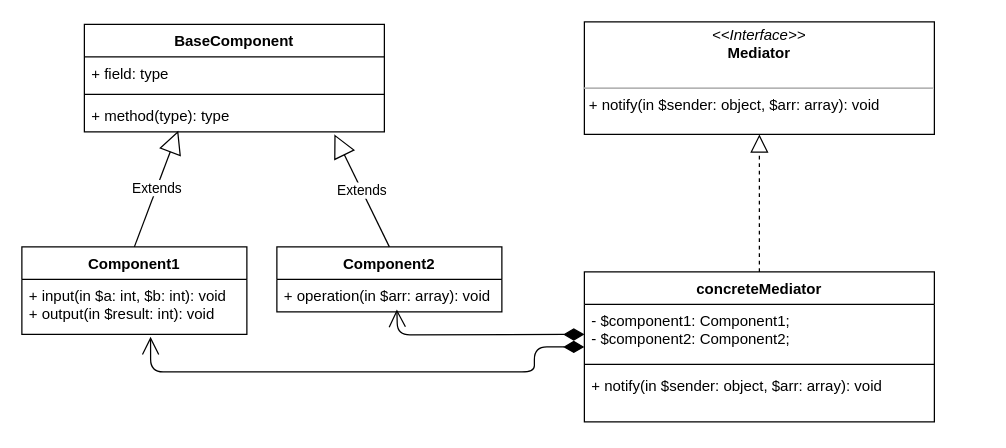
Earlier version of the draw.io diagram Mediator.drawio (artemmm312/Behavioral-patterns). Source tidied: cells renumbered, new cells numbered last; positions are measured from the earlier drawing's top-left corner, leaving out a move shared by most shapes. Both pictures are drawn from the tidied source at 125%, with x=0, y=0 at pixel (21, 21).
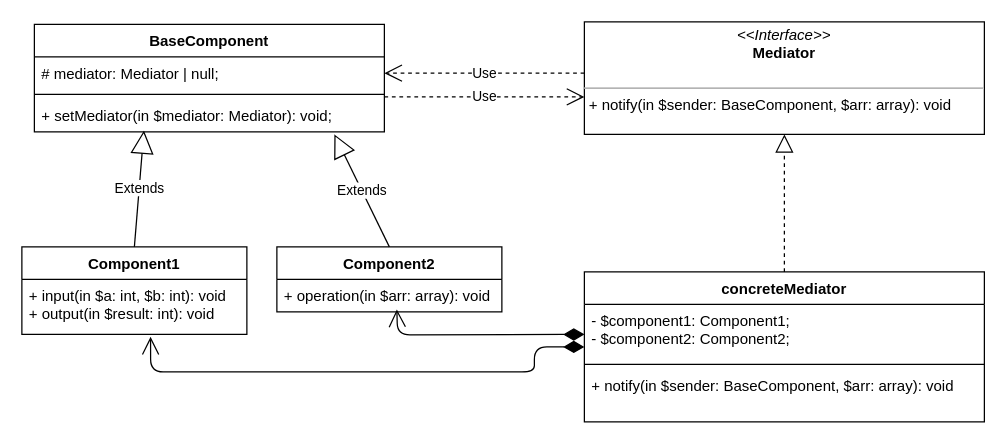
After the change.

The edit, as a diff of the source:
```diff
@@
-    <mxCell id="2" value="&lt;p style=&quot;margin: 0px ; margin-top: 4px ; text-align: center&quot;&gt;&lt;i&gt;&amp;lt;&amp;lt;Interface&amp;gt;&amp;gt;&lt;/i&gt;&lt;br&gt;&lt;b&gt;Mediator&lt;/b&gt;&lt;/p&gt;&lt;p style=&quot;margin: 0px ; margin-left: 4px&quot;&gt;&lt;br&gt;&lt;/p&gt;&lt;hr size=&quot;1&quot;&gt;&lt;p style=&quot;margin: 0px ; margin-left: 4px&quot;&gt;+ notify(in $sender: object, $arr: array): void&lt;br&gt;&lt;/p&gt;" style="verticalAlign=top;align=left;overflow=fill;fontSize=12;fontFamily=Helvetica;html=1;" parent="1" vertex="1">
-      <mxGeometry x="450" width="280" height="90" as="geometry" />
+    <mxCell id="2" value="&lt;p style=&quot;margin: 0px ; margin-top: 4px ; text-align: center&quot;&gt;&lt;i&gt;&amp;lt;&amp;lt;Interface&amp;gt;&amp;gt;&lt;/i&gt;&lt;br&gt;&lt;b&gt;Mediator&lt;/b&gt;&lt;/p&gt;&lt;p style=&quot;margin: 0px ; margin-left: 4px&quot;&gt;&lt;br&gt;&lt;/p&gt;&lt;hr size=&quot;1&quot;&gt;&lt;p style=&quot;margin: 0px ; margin-left: 4px&quot;&gt;+ notify(in $sender: BaseComponent, $arr: array): void&lt;br&gt;&lt;/p&gt;" style="verticalAlign=top;align=left;overflow=fill;fontSize=12;fontFamily=Helvetica;html=1;" parent="1" vertex="1">
+      <mxGeometry x="450" width="320" height="90" as="geometry" />
     </mxCell>
     <mxCell id="3" value="concreteMediator" style="swimlane;fontStyle=1;align=center;verticalAlign=top;horizontal=1;startSize=26;" parent="1" vertex="1">
-      <mxGeometry x="450" y="200" width="280" height="120" as="geometry" />
+      <mxGeometry x="450" y="200" width="320" height="120" as="geometry" />
     </mxCell>
     <mxCell id="4" value="- $component1: Component1;&#10;- $component2: Component2;" style="text;strokeColor=none;fillColor=none;align=left;verticalAlign=top;spacingLeft=4;spacingRight=4;overflow=hidden;" parent="3" vertex="1">
-      <mxGeometry y="26" width="280" height="44" as="geometry" />
+      <mxGeometry y="26" width="320" height="44" as="geometry" />
     </mxCell>
     <mxCell id="5" style="line;strokeWidth=1;fillColor=none;align=left;verticalAlign=middle;spacingTop=-1;spacingLeft=3;spacingRight=3;labelPosition=right;" parent="3" vertex="1">
-      <mxGeometry y="70" width="280" height="8" as="geometry" />
+      <mxGeometry y="70" width="320" height="8" as="geometry" />
     </mxCell>
-    <mxCell id="6" value="+ notify(in $sender: object, $arr: array): void" style="text;strokeColor=none;fillColor=none;align=left;verticalAlign=top;spacingLeft=4;spacingRight=4;overflow=hidden;" parent="3" vertex="1">
-      <mxGeometry y="78" width="280" height="42" as="geometry" />
+    <mxCell id="6" value="+ notify(in $sender: BaseComponent, $arr: array): void" style="text;strokeColor=none;fillColor=none;align=left;verticalAlign=top;spacingLeft=4;spacingRight=4;overflow=hidden;" parent="3" vertex="1">
+      <mxGeometry y="78" width="320" height="42" as="geometry" />
     </mxCell>
     <mxCell id="7" value="BaseComponent" style="swimlane;fontStyle=1;align=center;verticalAlign=top;horizontal=1;startSize=26;" parent="1" vertex="1">
-      <mxGeometry x="50" y="2" width="240" height="86" as="geometry" />
+      <mxGeometry x="10" y="2" width="280" height="86" as="geometry" />
     </mxCell>
-    <mxCell id="8" value="+ field: type" style="text;strokeColor=none;fillColor=none;align=left;verticalAlign=top;spacingLeft=4;spacingRight=4;overflow=hidden;points=[[0,0.5],[1,0.5]];portConstraint=eastwest;" parent="7" vertex="1">
-      <mxGeometry y="26" width="240" height="26" as="geometry" />
+    <mxCell id="8" value="# mediator: Mediator | null;" style="text;strokeColor=none;fillColor=none;align=left;verticalAlign=top;spacingLeft=4;spacingRight=4;overflow=hidden;points=[[0,0.5],[1,0.5]];portConstraint=eastwest;" parent="7" vertex="1">
+      <mxGeometry y="26" width="280" height="26" as="geometry" />
     </mxCell>
     <mxCell id="9" style="line;strokeWidth=1;fillColor=none;align=left;verticalAlign=middle;spacingTop=-1;spacingLeft=3;spacingRight=3;labelPosition=right;" parent="7" vertex="1">
-      <mxGeometry y="52" width="240" height="8" as="geometry" />
+      <mxGeometry y="52" width="280" height="8" as="geometry" />
     </mxCell>
-    <mxCell id="10" value="+ method(type): type" style="text;strokeColor=none;fillColor=none;align=left;verticalAlign=top;spacingLeft=4;spacingRight=4;overflow=hidden;points=[[0,0.5],[1,0.5]];portConstraint=eastwest;" parent="7" vertex="1">
-      <mxGeometry y="60" width="240" height="26" as="geometry" />
+    <mxCell id="10" value="+ setMediator(in $mediator: Mediator): void;" style="text;strokeColor=none;fillColor=none;align=left;verticalAlign=top;spacingLeft=4;spacingRight=4;overflow=hidden;points=[[0,0.5],[1,0.5]];portConstraint=eastwest;" parent="7" vertex="1">
+      <mxGeometry y="60" width="280" height="26" as="geometry" />
     </mxCell>
@@
+    <mxCell id="20" value="Use" style="endArrow=open;endSize=12;dashed=1;html=1;entryX=1;entryY=0.5;entryDx=0;entryDy=0;snapToPoint=0;fixDash=0;backgroundOutline=0;noJump=0;flowAnimation=0;orthogonal=0;comic=0;" parent="1" edge="1" target="8">
+      <mxGeometry relative="1" as="geometry">
+        <mxPoint x="450" y="41" as="sourcePoint" />
+      </mxGeometry>
+    </mxCell>
+    <mxCell id="21" value="Use" style="endArrow=open;endSize=12;dashed=1;html=1;" parent="1" edge="1">
+      <mxGeometry relative="1" as="geometry">
+        <mxPoint x="290" y="60" as="sourcePoint" />
+        <mxPoint x="450" y="60" as="targetPoint" />
+      </mxGeometry>
+    </mxCell>
```
